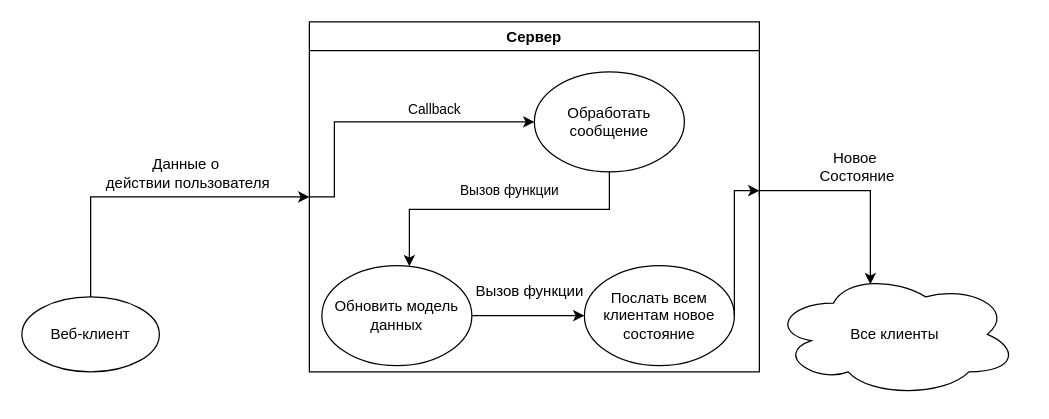
Earlier version of the draw.io diagram drawio/nodeb.drawio (Jeday/GraduationPaper). Source tidied: cells renumbered, new cells numbered last; positions are measured from the earlier drawing's top-left corner, leaving out a move shared by most shapes. Both pictures are drawn from the tidied source at 125%, with x=0, y=0 at pixel (21, 21).
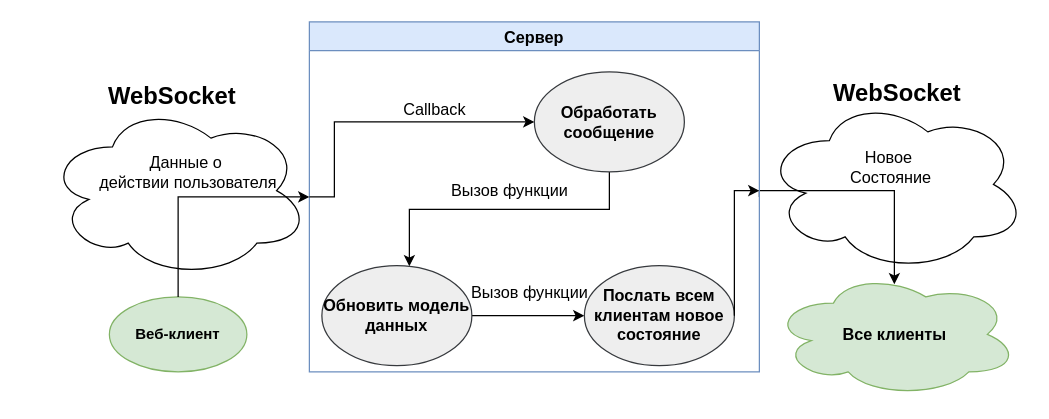
After the change.

What changed in the source:
```diff
@@
-    <mxCell id="2" style="edgeStyle=orthogonalEdgeStyle;rounded=0;jettySize=auto;html=1;entryX=0;entryY=0.5;entryDx=0;entryDy=0;exitX=0.5;exitY=0;exitDx=0;exitDy=0;" parent="1" edge="1" source="4" target="7">
-      <mxGeometry relative="1" as="geometry" />
-    </mxCell>
-    <mxCell id="3" value="Данные о&lt;br&gt;&amp;nbsp;действии пользователя" style="text;html=1;align=center;verticalAlign=middle;labelBackgroundColor=#ffffff;" parent="2" vertex="1">
-      <mxGeometry x="-0.28" y="-1" relative="1" as="geometry">
-        <mxPoint x="63" y="-21" as="offset" />
-      </mxGeometry>
-    </mxCell>
+    <mxCell id="17" style="ellipse;shape=cloud;whiteSpace=wrap;html=1;fontSize=13;" parent="1" vertex="1">
+      <mxGeometry x="593.5" y="60" width="210" height="140" as="geometry" />
+    </mxCell>
+    <mxCell id="18" value="WebSocket" style="text;strokeColor=none;fillColor=none;html=1;fontSize=19;fontStyle=1;verticalAlign=middle;align=center;labelBackgroundColor=none;" parent="1" vertex="1">
+      <mxGeometry x="650" y="37.5" width="100" height="40" as="geometry" />
+    </mxCell>
+    <mxCell id="19" style="ellipse;shape=cloud;whiteSpace=wrap;html=1;fontSize=13;" parent="1" vertex="1">
+      <mxGeometry x="20" y="65" width="210" height="140" as="geometry" />
+    </mxCell>
-    <mxCell id="4" value="Веб-клиент" style="ellipse;whiteSpace=wrap;html=1;" parent="1" vertex="1">
-      <mxGeometry y="220" width="110" height="60" as="geometry" />
+    <mxCell id="4" value="Веб-клиент" style="ellipse;whiteSpace=wrap;html=1;fillColor=#d5e8d4;strokeColor=#82b366;fontStyle=1;" parent="1" vertex="1">
+      <mxGeometry x="70" y="220" width="110" height="60" as="geometry" />
     </mxCell>
-    <mxCell id="5" style="edgeStyle=orthogonalEdgeStyle;rounded=0;jettySize=auto;html=1;exitX=1;exitY=0.5;exitDx=0;exitDy=0;entryX=0.4;entryY=0.1;entryDx=0;entryDy=0;entryPerimeter=0;" parent="1" edge="1" source="7" target="15">
+    <mxCell id="5" style="edgeStyle=orthogonalEdgeStyle;rounded=0;jettySize=auto;html=1;exitX=1;exitY=0.5;exitDx=0;exitDy=0;fontSize=13;" parent="1" edge="1" source="7">
       <mxGeometry relative="1" as="geometry">
+        <mxPoint x="698" y="210" as="targetPoint" />
         <Array as="points">
-          <mxPoint x="679" y="135" />
+          <mxPoint x="590" y="135" />
+          <mxPoint x="698" y="135" />
+          <mxPoint x="698" y="210" />
         </Array>
       </mxGeometry>
     </mxCell>
-    <mxCell id="6" value="Новое&amp;nbsp;&lt;br&gt;Состояние&lt;br&gt;" style="text;html=1;align=center;verticalAlign=middle;labelBackgroundColor=#ffffff;" parent="5" vertex="1">
+    <mxCell id="6" value="Новое&amp;nbsp;&lt;br style=&quot;font-size: 13px;&quot;&gt;Состояние&lt;br style=&quot;font-size: 13px;&quot;&gt;" style="text;html=1;align=center;verticalAlign=middle;labelBackgroundColor=none;fontSize=13;" parent="5" vertex="1">
       <mxGeometry x="-0.29" y="2" relative="1" as="geometry">
-        <mxPoint x="22" y="-18" as="offset" />
+        <mxPoint x="42" y="-18" as="offset" />
       </mxGeometry>
     </mxCell>
-    <mxCell id="7" value="Сервер" style="swimlane;" parent="1" vertex="1">
+    <mxCell id="7" value="Сервер" style="swimlane;fillColor=#dae8fc;strokeColor=#6c8ebf;fontSize=13;" parent="1" vertex="1">
       <mxGeometry x="230" width="360" height="280" as="geometry" />
     </mxCell>
-    <mxCell id="8" value="Вызов функции" style="edgeStyle=orthogonalEdgeStyle;rounded=0;jettySize=auto;html=1;" parent="7" edge="1" source="9" target="12">
+    <mxCell id="8" value="Вызов функции" style="edgeStyle=orthogonalEdgeStyle;rounded=0;jettySize=auto;html=1;fontSize=13;" parent="7" edge="1" source="9" target="12">
       <mxGeometry x="-0.07" y="-15" relative="1" as="geometry">
         <Array as="points">
           <mxPoint x="240" y="150" />
           <mxPoint x="80" y="150" />
         </Array>
       </mxGeometry>
     </mxCell>
-    <mxCell id="9" value="Обработать сообщение" style="ellipse;whiteSpace=wrap;html=1;" parent="7" vertex="1">
+    <mxCell id="9" value="Обработать сообщение" style="ellipse;whiteSpace=wrap;html=1;fillColor=#eeeeee;strokeColor=#36393d;fontSize=13;fontStyle=1;" parent="7" vertex="1">
       <mxGeometry x="180" y="40" width="120" height="80" as="geometry" />
     </mxCell>
-    <mxCell id="10" style="edgeStyle=orthogonalEdgeStyle;rounded=0;jettySize=auto;html=1;" parent="7" edge="1" source="12" target="13">
+    <mxCell id="10" style="edgeStyle=orthogonalEdgeStyle;rounded=0;jettySize=auto;html=1;fontSize=13;" parent="7" edge="1" source="12" target="13">
       <mxGeometry relative="1" as="geometry" />
     </mxCell>
-    <mxCell id="11" value="&lt;span&gt;Вызов функции&lt;/span&gt;" style="text;html=1;align=center;verticalAlign=middle;labelBackgroundColor=#ffffff;" parent="10" vertex="1">
+    <mxCell id="11" value="&lt;span style=&quot;font-size: 13px;&quot;&gt;Вызов функции&lt;/span&gt;" style="text;html=1;align=center;verticalAlign=middle;labelBackgroundColor=#ffffff;fontSize=13;" parent="10" vertex="1">
       <mxGeometry x="-0.22" y="2" relative="1" as="geometry">
         <mxPoint x="10" y="-18" as="offset" />
       </mxGeometry>
     </mxCell>
-    <mxCell id="12" value="Обновить модель данных" style="ellipse;whiteSpace=wrap;html=1;" parent="7" vertex="1">
+    <mxCell id="12" value="Обновить модель данных" style="ellipse;whiteSpace=wrap;html=1;fillColor=#eeeeee;strokeColor=#36393d;fontSize=13;fontStyle=1;" parent="7" vertex="1">
       <mxGeometry x="10" y="195" width="120" height="80" as="geometry" />
     </mxCell>
-    <mxCell id="13" value="Послать всем клиентам новое состояние" style="ellipse;whiteSpace=wrap;html=1;" parent="7" vertex="1">
+    <mxCell id="13" value="Послать всем клиентам новое состояние" style="ellipse;whiteSpace=wrap;html=1;fillColor=#eeeeee;strokeColor=#36393d;fontSize=13;fontStyle=1;" parent="7" vertex="1">
       <mxGeometry x="220" y="195" width="120" height="80" as="geometry" />
     </mxCell>
-    <mxCell id="14" value="Callback" style="edgeStyle=orthogonalEdgeStyle;rounded=0;jettySize=auto;html=1;exitX=0;exitY=0.5;exitDx=0;exitDy=0;entryX=0;entryY=0.5;entryDx=0;entryDy=0;" parent="7" edge="1" source="7" target="9">
+    <mxCell id="14" value="Callback" style="edgeStyle=orthogonalEdgeStyle;rounded=0;jettySize=auto;html=1;exitX=0;exitY=0.5;exitDx=0;exitDy=0;entryX=0;entryY=0.5;entryDx=0;entryDy=0;fontSize=13;" parent="7" edge="1" source="7" target="9">
       <mxGeometry x="0.33" y="10" relative="1" as="geometry">
         <Array as="points">
           <mxPoint x="20" y="140" />
           <mxPoint x="20" y="80" />
         </Array>
       </mxGeometry>
     </mxCell>
-    <mxCell id="15" value="Все клиенты" style="ellipse;shape=cloud;whiteSpace=wrap;html=1;" parent="1" vertex="1">
+    <mxCell id="15" value="Все клиенты" style="ellipse;shape=cloud;whiteSpace=wrap;html=1;fillColor=#d5e8d4;strokeColor=#82b366;fontSize=13;fontStyle=1;" parent="1" vertex="1">
       <mxGeometry x="600" y="200" width="197" height="100" as="geometry" />
     </mxCell>
-    <mxCell id="16" style="edgeStyle=orthogonalEdgeStyle;rounded=0;jettySize=auto;html=1;" parent="1" edge="1" source="13">
+    <mxCell id="16" style="edgeStyle=orthogonalEdgeStyle;rounded=0;jettySize=auto;html=1;fontSize=13;" parent="1" edge="1" source="13">
       <mxGeometry relative="1" as="geometry">
         <mxPoint x="590" y="135" as="targetPoint" />
         <Array as="points">
-          <mxPoint x="570" y="225" />
           <mxPoint x="570" y="135" />
           <mxPoint x="590" y="135" />
         </Array>
       </mxGeometry>
     </mxCell>
+    <mxCell id="2" style="edgeStyle=orthogonalEdgeStyle;rounded=0;jettySize=auto;html=1;entryX=0;entryY=0.5;entryDx=0;entryDy=0;exitX=0.5;exitY=0;exitDx=0;exitDy=0;fontSize=13;" parent="1" edge="1" source="4" target="7">
+      <mxGeometry relative="1" as="geometry" />
+    </mxCell>
+    <mxCell id="3" value="Данные о&lt;br style=&quot;font-size: 13px;&quot;&gt;&amp;nbsp;действии пользователя" style="text;html=1;align=center;verticalAlign=middle;labelBackgroundColor=none;fontSize=13;" parent="2" vertex="1">
+      <mxGeometry x="-0.28" y="-1" relative="1" as="geometry">
+        <mxPoint x="4" y="-34" as="offset" />
+      </mxGeometry>
+    </mxCell>
+    <mxCell id="20" value="WebSocket" style="text;strokeColor=none;fillColor=none;html=1;fontSize=19;fontStyle=1;verticalAlign=middle;align=center;labelBackgroundColor=none;" parent="1" vertex="1">
+      <mxGeometry x="70" y="40" width="100" height="40" as="geometry" />
+    </mxCell>
```
